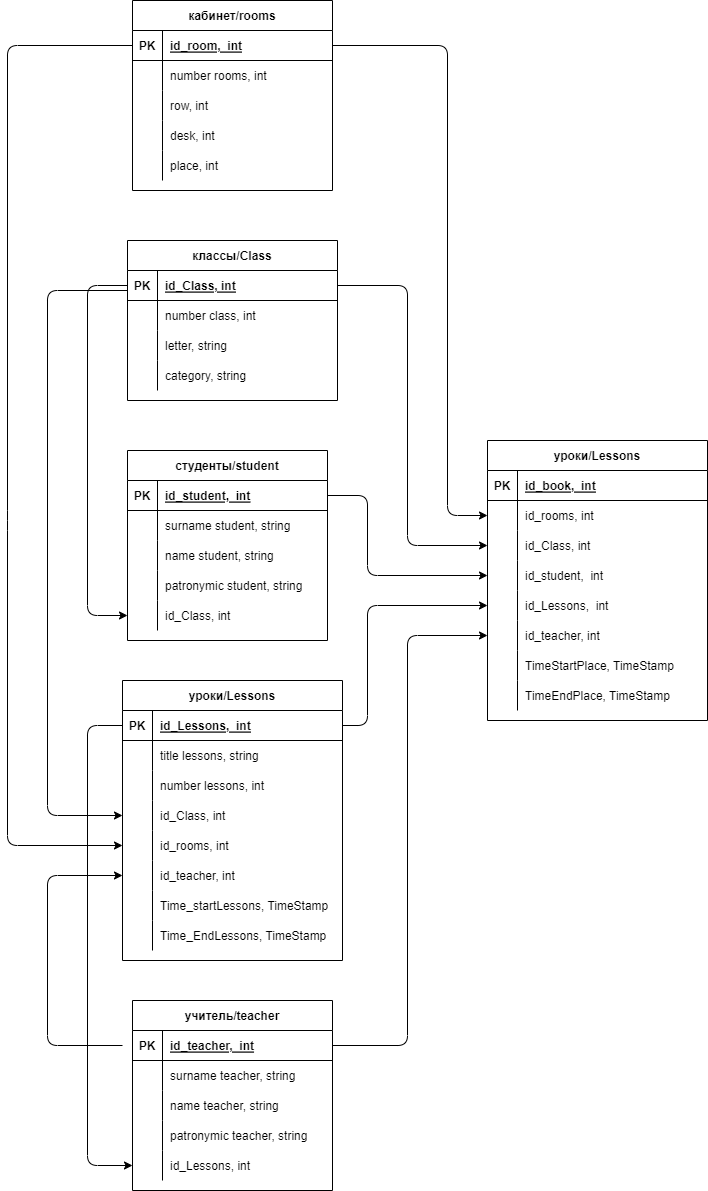
JuliSid/Examples1 keeps this draw.io diagram as SemminarSQL3DZ/DZ3.drawio.png. Above is the earlier version. Source tidied: cells renumbered, new cells last; positions are measured from the earlier drawing's top-left corner, leaving out a move shared by most shapes.
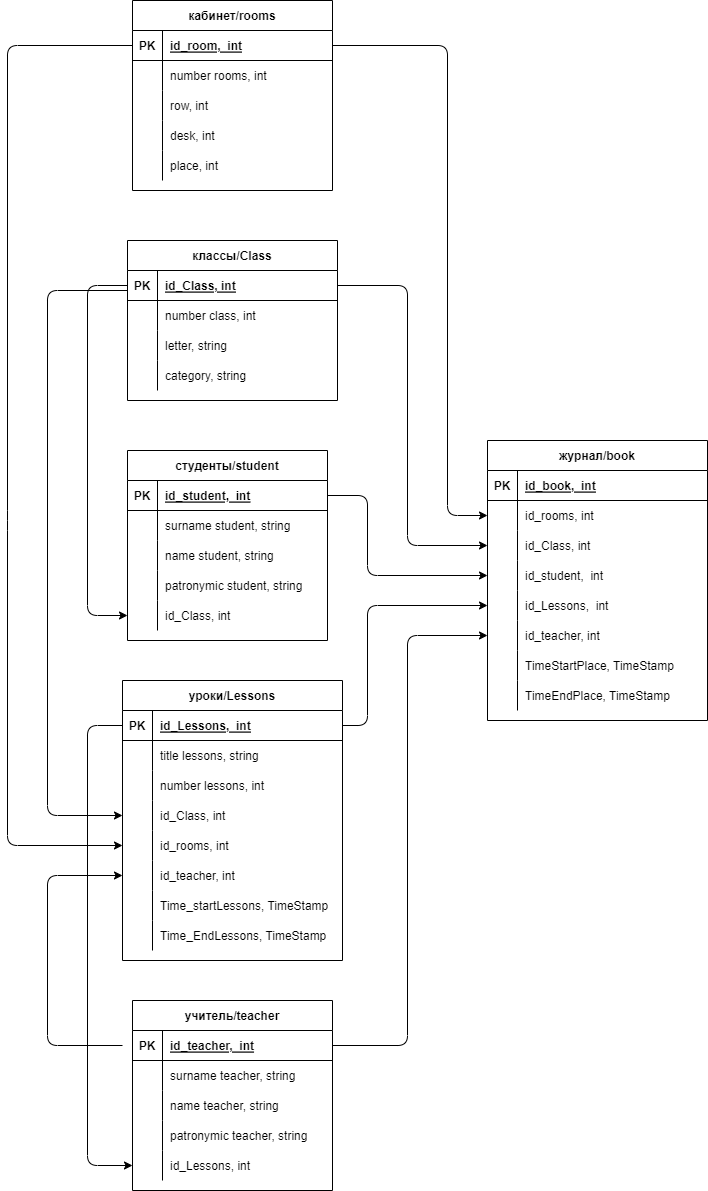
After the change.

What changed in the source:
```diff
@@ -303,7 +303,7 @@
         </Array>
       </mxGeometry>
     </mxCell>
-    <mxCell id="93" value="уроки/Lessons" style="shape=table;startSize=30;rowLines=0;fontStyle=1;align=center;" parent="1" vertex="1">
+    <mxCell id="93" value="журнал/book" style="shape=table;startSize=30;rowLines=0;fontStyle=1;align=center;" parent="1" vertex="1">
       <mxGeometry x="480" y="440" width="220" height="280" as="geometry" />
     </mxCell>
     <mxCell id="94" style="shape=partialRectangle;fillColor=none;top=0;left=0;bottom=1;right=0;" parent="93" vertex="1">
```
